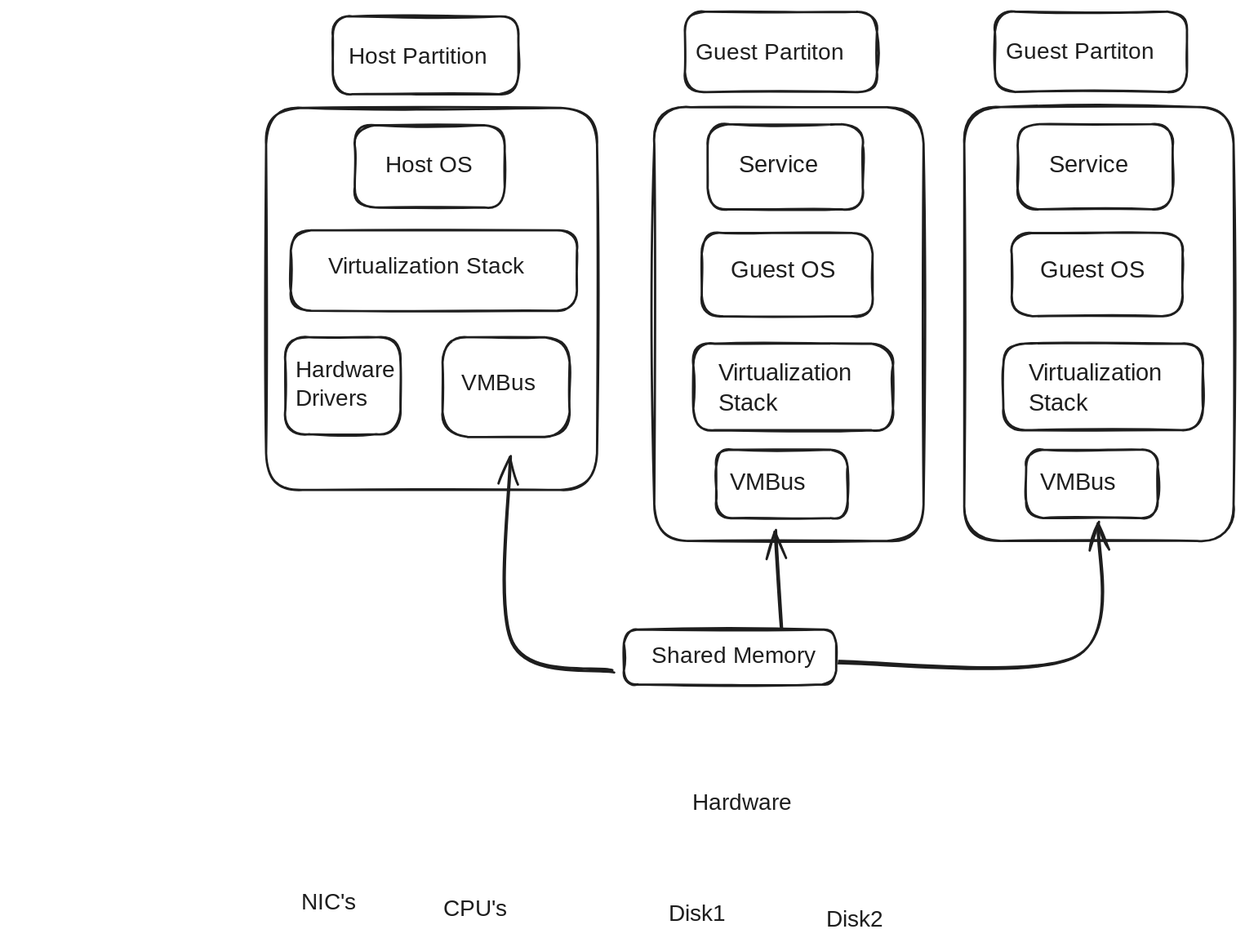
Above: Notes Factory/Semister 5/CLD/qb/rough.excalidraw.svg in P7XCKD/NF (Excalidraw), before the change. Source tidied: one line per element, renumbered; positions are measured from the earlier drawing's top-left corner, leaving out a move shared by most shapes.
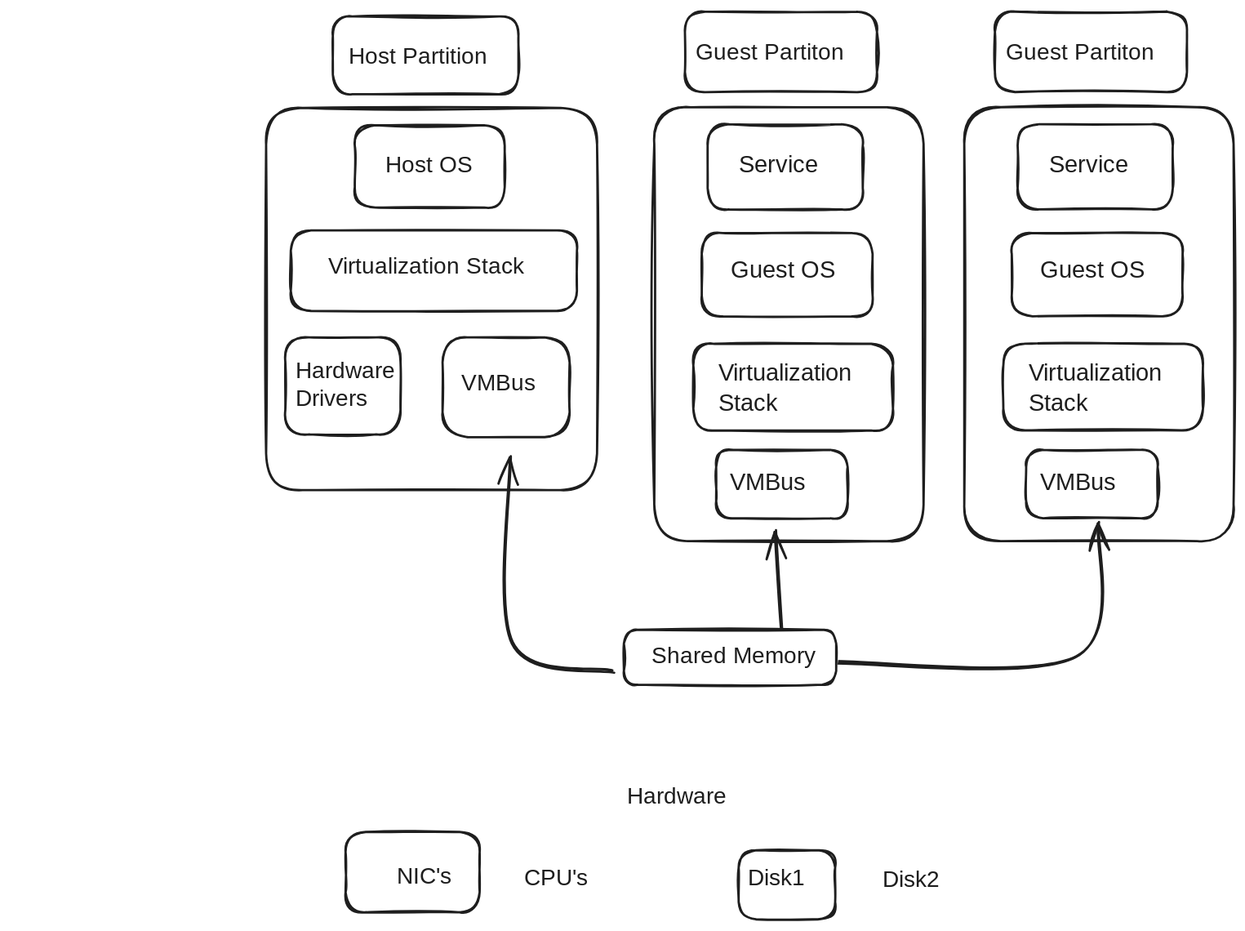
Later version of the same file.

The edit, as a diff of the source:
```diff
@@ -1,3 +1,5 @@
+{"id": 43, "type": "rectangle", "strokeColor": "#1e1e1e", "backgroundColor": "#ffffff", "fillStyle": "solid", "strokeWidth": 2, "roughness": 1, "round": true, "x": 414, "y": 734, "width": 84, "height": 60}
+{"id": 44, "type": "rectangle", "strokeColor": "#1e1e1e", "backgroundColor": "#ffffff", "fillStyle": "solid", "strokeWidth": 2, "roughness": 1, "round": true, "x": 70, "y": 718, "width": 117, "height": 70}
 {"id": 0, "type": "text", "text": "Host Partition", "strokeColor": "#1e1e1e", "strokeWidth": 2, "roughness": 1, "fontSize": 20, "fontFamily": 5, "x": 72, "y": 28, "width": 141, "height": 25}
 {"id": 1, "type": "text", "text": "Host OS", "strokeColor": "#1e1e1e", "strokeWidth": 2, "roughness": 1, "fontSize": 20, "fontFamily": 5, "x": 104, "y": 123, "width": 82, "height": 25}
 {"id": 2, "type": "text", "text": "Virtualization Stack", "strokeColor": "#1e1e1e", "strokeWidth": 2, "roughness": 1, "fontSize": 20, "fontFamily": 5, "x": 54, "y": 211, "width": 194, "height": 25}
@@ -36,8 +38,8 @@
 {"id": 35, "type": "arrow", "strokeColor": "#1e1e1e", "backgroundColor": "#ffffff", "fillStyle": "solid", "strokeWidth": 2, "roughness": 1, "endArrowhead": "arrow", "round": true, "to": 31, "x": 495, "y": 569, "width": 234, "height": 123, "points": [[0, 0], [213, -4], [234, -123]]}
 {"id": 36, "type": "rectangle", "strokeColor": "#1e1e1e", "backgroundColor": "#ffffff", "fillStyle": "solid", "strokeWidth": 2, "roughness": 1, "round": true, "x": 313, "y": 541, "width": 186, "height": 48}
 {"id": 37, "type": "text", "text": "Shared Memory", "strokeColor": "#1e1e1e", "strokeWidth": 2, "roughness": 1, "fontSize": 20, "fontFamily": 5, "x": 337, "y": 552, "width": 146, "height": 25}
-{"id": 38, "type": "text", "text": "Hardware", "strokeColor": "#1e1e1e", "backgroundColor": "#ffffff", "fillStyle": "solid", "strokeWidth": 2, "roughness": 1, "fontSize": 20, "fontFamily": 5, "x": 373, "y": 681, "width": 87, "height": 25}
+{"id": 38, "type": "text", "text": "Hardware", "strokeColor": "#1e1e1e", "backgroundColor": "#ffffff", "fillStyle": "solid", "strokeWidth": 2, "roughness": 1, "fontSize": 20, "fontFamily": 5, "x": 316, "y": 675, "width": 87, "height": 25}
-{"id": 39, "type": "text", "text": "NIC's", "strokeColor": "#1e1e1e", "backgroundColor": "#ffffff", "fillStyle": "solid", "strokeWidth": 2, "roughness": 1, "fontSize": 20, "fontFamily": 5, "x": 30, "y": 768, "width": 51, "height": 25}
+{"id": 39, "type": "text", "text": "NIC's", "strokeColor": "#1e1e1e", "backgroundColor": "#ffffff", "fillStyle": "solid", "strokeWidth": 2, "roughness": 1, "fontSize": 20, "fontFamily": 8, "x": 114, "y": 745, "width": 55, "height": 25}
-{"id": 40, "type": "text", "text": "CPU's", "strokeColor": "#1e1e1e", "backgroundColor": "#ffffff", "fillStyle": "solid", "strokeWidth": 2, "roughness": 1, "fontSize": 20, "fontFamily": 5, "x": 155, "y": 774, "width": 56, "height": 25}
+{"id": 40, "type": "text", "text": "CPU's", "strokeColor": "#1e1e1e", "backgroundColor": "#ffffff", "fillStyle": "solid", "strokeWidth": 2, "roughness": 1, "fontSize": 20, "fontFamily": 5, "x": 226, "y": 747, "width": 56, "height": 25}
-{"id": 41, "type": "text", "text": "Disk1", "strokeColor": "#1e1e1e", "backgroundColor": "#ffffff", "fillStyle": "solid", "strokeWidth": 2, "roughness": 1, "fontSize": 20, "fontFamily": 5, "x": 352, "y": 778, "width": 51, "height": 25}
+{"id": 41, "type": "text", "text": "Disk1", "strokeColor": "#1e1e1e", "backgroundColor": "#ffffff", "fillStyle": "solid", "strokeWidth": 2, "roughness": 1, "fontSize": 20, "fontFamily": 5, "x": 422, "y": 747, "width": 51, "height": 25}
-{"id": 42, "type": "text", "text": "Disk2", "strokeColor": "#1e1e1e", "backgroundColor": "#ffffff", "fillStyle": "solid", "strokeWidth": 2, "roughness": 1, "fontSize": 20, "fontFamily": 5, "x": 490, "y": 783, "width": 56, "height": 25}
+{"id": 42, "type": "text", "text": "Disk2", "strokeColor": "#1e1e1e", "backgroundColor": "#ffffff", "fillStyle": "solid", "strokeWidth": 2, "roughness": 1, "fontSize": 20, "fontFamily": 5, "x": 540, "y": 748, "width": 56, "height": 25}
```
